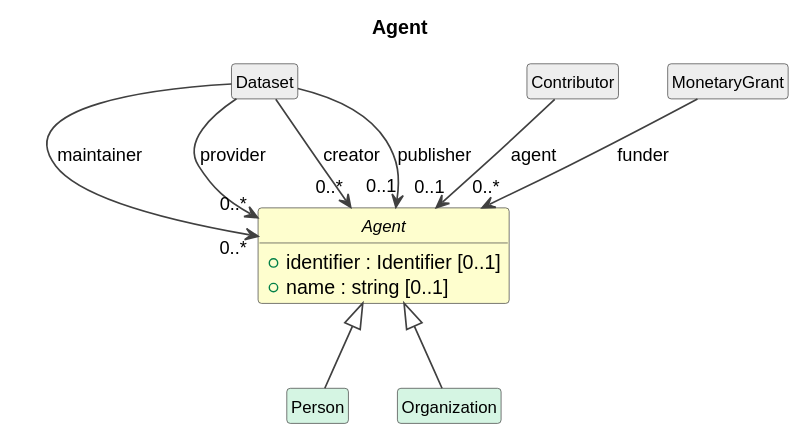
This is cdif-uml-model/_plantuml/cdifDiscovery/Classes/Agent.svg from Cross-Domain-Interoperability-Framework/metadataBuildingBlocks, a PlantUML export, as it was before one commit.
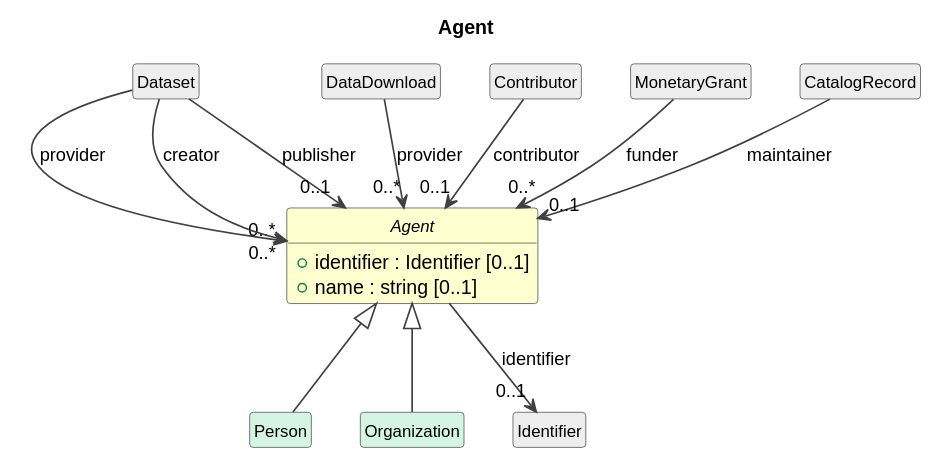
The same file after the commit.

Change to the diagram source:
```diff
@@ -19,12 +19,17 @@
 class "Organization" as Organization #D5F5E3
 Agent <|-- Organization
 class "Dataset" as Dataset #EEEEEE
-Dataset --> "0..*" Agent : maintainer
 Dataset --> "0..*" Agent : provider
 Dataset --> "0..*" Agent : creator
 Dataset --> "0..1" Agent : publisher
+class "DataDownload" as DataDownload #EEEEEE
+DataDownload --> "0..*" Agent : provider
 class "Contributor" as Contributor #EEEEEE
-Contributor --> "0..1" Agent : agent
+Contributor --> "0..1" Agent : contributor
 class "MonetaryGrant" as MonetaryGrant #EEEEEE
 MonetaryGrant --> "0..*" Agent : funder
+class "CatalogRecord" as CatalogRecord #EEEEEE
+CatalogRecord --> "0..1" Agent : maintainer
+class "Identifier" as Identifier #EEEEEE
+Agent --> "0..1" Identifier : identifier
 @enduml
```
